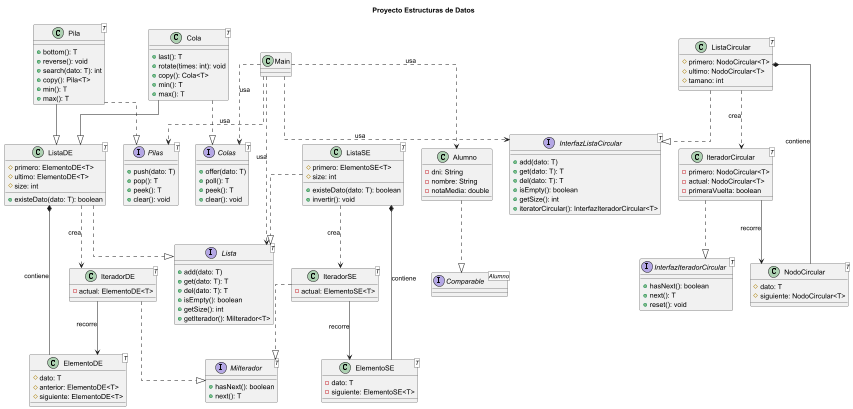
Before: proyecto final/diagrama uml/diagrama uml del proyecto-Proyecto_Estructuras_de_Datos.png, a diagram exported from PlantUML (Alvaroo388/H12G03).
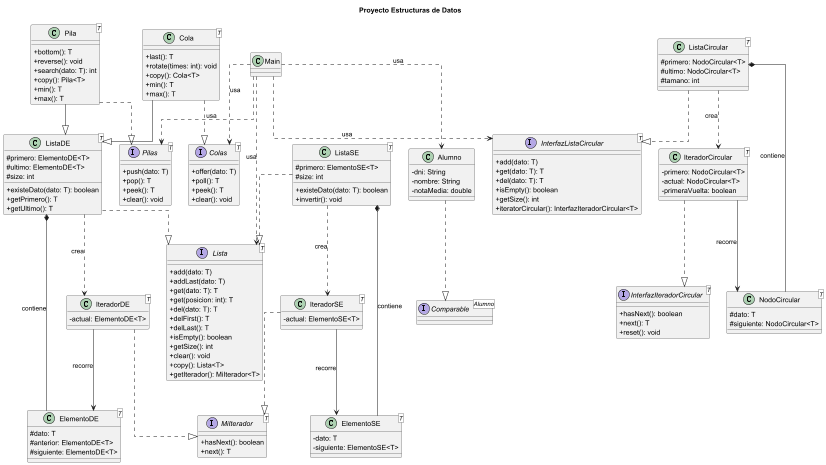
After the commit.

Commit message:
README añadido con imagen del diagrama UML

Diff of the diagram source:
```diff
@@ -1,4 +1,5 @@
 @startuml
+skinparam classAttributeIconSize 0
 skinparam linetype ortho
 top to bottom direction
 
@@ -6,10 +7,16 @@
 
 interface Lista<T> {
   +add(dato: T)
+  +addLast(dato: T)
   +get(dato: T): T
+  +get(posicion: int): T
   +del(dato: T): T
+  +delFirst(): T
+  +delLast(): T
   +isEmpty(): boolean
   +getSize(): int
+  +clear(): void
+  +copy(): Lista<T>
   +getIterador(): MiIterador<T>
 }
 
@@ -67,6 +74,8 @@
   #ultimo: ElementoDE<T>
   #size: int
   +existeDato(dato: T): boolean
+  +getPrimero(): T
+  +getUltimo(): T
 }
 
 class ListaCircular<T> {
@@ -156,4 +165,5 @@
 Main ..> Pilas : usa
 Main ..> Colas : usa
 Main ..> InterfazListaCircular : usa
+
 @enduml
```
